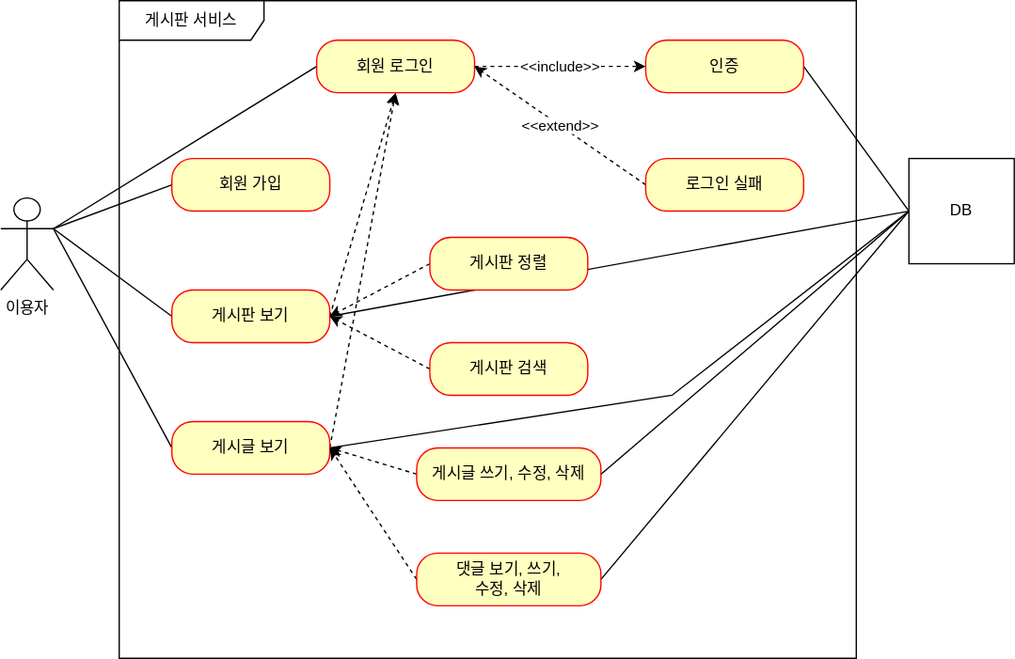
Above: document/use-case.svg in bokyoung89/fastcampus-project-board (draw.io), before the change. Source tidied: cells renumbered, new cells last; positions are measured from the earlier drawing's top-left corner, leaving out a move shared by most shapes.
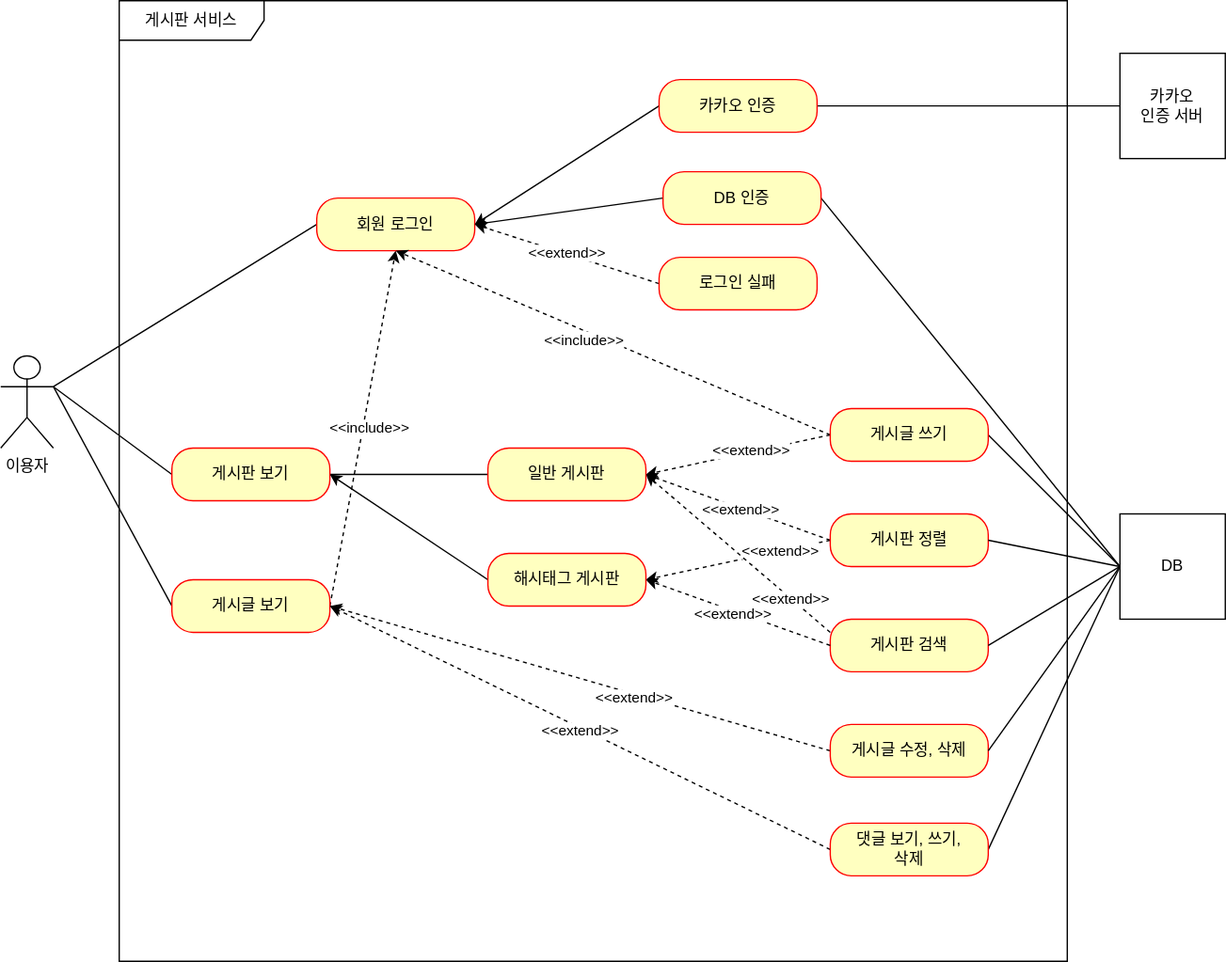
The same file after the commit.

Commit message:
#50 - use-case.svg : 카카오 인증 유즈 케이스 추가

What changed in the source:
```diff
@@ -6,24 +6,13 @@
       <mxGeometry y="150" width="40" height="70" as="geometry" />
     </mxCell>
     <mxCell id="3" value="게시판 서비스" style="shape=umlFrame;whiteSpace=wrap;html=1;width=110;height=30;" parent="1" vertex="1">
-      <mxGeometry x="90" width="560" height="500" as="geometry" />
+      <mxGeometry x="90" y="-120" width="720" height="730" as="geometry" />
     </mxCell>
-    <mxCell id="4" style="rounded=0;jettySize=auto;html=1;exitX=0;exitY=0.5;exitDx=0;exitDy=0;entryX=1;entryY=0.3333333333333333;entryDx=0;entryDy=0;entryPerimeter=0;endArrow=none;endFill=0;" parent="1" edge="1" source="5" target="2">
-      <mxGeometry relative="1" as="geometry" />
-    </mxCell>
-    <mxCell id="5" value="회원 가입" style="rounded=1;whiteSpace=wrap;html=1;arcSize=40;fontColor=#000000;fillColor=#ffffc0;strokeColor=#ff0000;" parent="1" vertex="1">
-      <mxGeometry x="130" y="120" width="120" height="40" as="geometry" />
-    </mxCell>
     <mxCell id="6" style="rounded=0;jettySize=auto;html=1;exitX=0;exitY=0.5;exitDx=0;exitDy=0;entryX=1;entryY=0.3333333333333333;entryDx=0;entryDy=0;entryPerimeter=0;endArrow=none;endFill=0;" parent="1" edge="1" source="9" target="2">
       <mxGeometry relative="1" as="geometry" />
     </mxCell>
-    <mxCell id="7" style="rounded=0;jettySize=auto;html=1;exitX=1;exitY=0.5;exitDx=0;exitDy=0;entryX=0.5;entryY=1;entryDx=0;entryDy=0;dashed=1;" parent="1" edge="1" source="9" target="16">
-      <mxGeometry relative="1" as="geometry" />
-    </mxCell>
-    <mxCell id="8" style="rounded=0;jettySize=auto;html=1;exitX=1;exitY=0.5;exitDx=0;exitDy=0;endArrow=none;endFill=0;" parent="1" edge="1" source="9">
-      <mxGeometry relative="1" as="geometry">
-        <mxPoint x="690" y="160" as="targetPoint" />
-      </mxGeometry>
+    <mxCell id="8" style="rounded=0;jettySize=auto;html=1;exitX=1;exitY=0.5;exitDx=0;exitDy=0;endArrow=none;endFill=0;entryX=0;entryY=0.5;entryDx=0;entryDy=0;" parent="1" edge="1" source="9" target="40">
+      <mxGeometry relative="1" as="geometry" />
     </mxCell>
     <mxCell id="9" value="게시판 보기" style="rounded=1;whiteSpace=wrap;html=1;arcSize=40;fontColor=#000000;fillColor=#ffffc0;strokeColor=#ff0000;" parent="1" vertex="1">
       <mxGeometry x="130" y="220" width="120" height="40" as="geometry" />
@@ -34,69 +23,142 @@
     <mxCell id="11" style="rounded=0;jettySize=auto;html=1;exitX=1;exitY=0.5;exitDx=0;exitDy=0;entryX=0.5;entryY=1;entryDx=0;entryDy=0;dashed=1;" parent="1" edge="1" source="13" target="16">
       <mxGeometry relative="1" as="geometry" />
     </mxCell>
-    <mxCell id="12" style="rounded=0;jettySize=auto;html=1;exitX=1;exitY=0.5;exitDx=0;exitDy=0;entryX=0;entryY=0.5;entryDx=0;entryDy=0;endArrow=none;endFill=0;" parent="1" edge="1" source="13" target="31">
-      <mxGeometry relative="1" as="geometry">
-        <Array as="points">
-          <mxPoint x="510" y="300" />
-        </Array>
-      </mxGeometry>
-    </mxCell>
+    <mxCell id="32" value="&amp;lt;&amp;lt;include&amp;gt;&amp;gt;" style="edgeLabel;html=1;align=center;verticalAlign=middle;" parent="11" vertex="1">
+      <mxGeometry x="0.01" y="-4" relative="1" as="geometry" />
+    </mxCell>
     <mxCell id="13" value="게시글 보기" style="rounded=1;whiteSpace=wrap;html=1;arcSize=40;fontColor=#000000;fillColor=#ffffc0;strokeColor=#ff0000;" parent="1" vertex="1">
       <mxGeometry x="130" y="320" width="120" height="40" as="geometry" />
     </mxCell>
     <mxCell id="14" style="rounded=0;jettySize=auto;html=1;exitX=0;exitY=0.5;exitDx=0;exitDy=0;entryX=1;entryY=0.3333333333333333;entryDx=0;entryDy=0;entryPerimeter=0;endArrow=none;endFill=0;" parent="1" edge="1" source="16" target="2">
       <mxGeometry relative="1" as="geometry" />
     </mxCell>
-    <mxCell id="15" value="&amp;lt;&amp;lt;include&amp;gt;&amp;gt;" style="edgeStyle=orthogonalEdgeStyle;rounded=0;jettySize=auto;html=1;exitX=1;exitY=0.5;exitDx=0;exitDy=0;entryX=0;entryY=0.5;entryDx=0;entryDy=0;dashed=1;" parent="1" edge="1" source="16" target="18">
-      <mxGeometry relative="1" as="geometry" />
-    </mxCell>
     <mxCell id="16" value="회원 로그인" style="rounded=1;whiteSpace=wrap;html=1;arcSize=40;fontColor=#000000;fillColor=#ffffc0;strokeColor=#ff0000;" parent="1" vertex="1">
       <mxGeometry x="240" y="30" width="120" height="40" as="geometry" />
     </mxCell>
     <mxCell id="17" style="rounded=0;jettySize=auto;html=1;exitX=1;exitY=0.5;exitDx=0;exitDy=0;entryX=0;entryY=0.5;entryDx=0;entryDy=0;endArrow=none;endFill=0;" parent="1" edge="1" source="18" target="31">
       <mxGeometry relative="1" as="geometry" />
     </mxCell>
+    <mxCell id="33" style="rounded=0;jettySize=auto;html=1;exitX=0;exitY=0.5;exitDx=0;exitDy=0;entryX=1;entryY=0.5;entryDx=0;entryDy=0;" parent="1" edge="1" source="18" target="16">
+      <mxGeometry relative="1" as="geometry" />
+    </mxCell>
-    <mxCell id="18" value="인증" style="rounded=1;whiteSpace=wrap;html=1;arcSize=40;fontColor=#000000;fillColor=#ffffc0;strokeColor=#ff0000;" parent="1" vertex="1">
-      <mxGeometry x="490" y="30" width="120" height="40" as="geometry" />
+    <mxCell id="18" value="DB 인증" style="rounded=1;whiteSpace=wrap;html=1;arcSize=40;fontColor=#000000;fillColor=#ffffc0;strokeColor=#ff0000;" parent="1" vertex="1">
+      <mxGeometry x="503" y="10" width="120" height="40" as="geometry" />
     </mxCell>
     <mxCell id="19" value="&amp;lt;&amp;lt;extend&amp;gt;&amp;gt;" style="rounded=0;jettySize=auto;html=1;exitX=0;exitY=0.5;exitDx=0;exitDy=0;entryX=1;entryY=0.5;entryDx=0;entryDy=0;dashed=1;" parent="1" edge="1" source="20" target="16">
       <mxGeometry relative="1" as="geometry" />
     </mxCell>
     <mxCell id="20" value="로그인 실패" style="rounded=1;whiteSpace=wrap;html=1;arcSize=40;fontColor=#000000;fillColor=#ffffc0;strokeColor=#ff0000;" parent="1" vertex="1">
-      <mxGeometry x="490" y="120" width="120" height="40" as="geometry" />
+      <mxGeometry x="500" y="75" width="120" height="40" as="geometry" />
     </mxCell>
-    <mxCell id="21" style="rounded=0;jettySize=auto;html=1;exitX=0;exitY=0.5;exitDx=0;exitDy=0;entryX=1;entryY=0.5;entryDx=0;entryDy=0;dashed=1;" parent="1" edge="1" source="22" target="9">
+    <mxCell id="21" style="rounded=0;jettySize=auto;html=1;exitX=0;exitY=0.5;exitDx=0;exitDy=0;entryX=1;entryY=0.5;entryDx=0;entryDy=0;dashed=1;" parent="1" edge="1" source="22" target="40">
       <mxGeometry relative="1" as="geometry" />
     </mxCell>
+    <mxCell id="34" value="&amp;lt;&amp;lt;extend&amp;gt;&amp;gt;" style="edgeLabel;html=1;align=center;verticalAlign=middle;" parent="21" vertex="1">
+      <mxGeometry x="-0.02" y="1" relative="1" as="geometry" />
+    </mxCell>
+    <mxCell id="35" style="rounded=0;jettySize=auto;html=1;exitX=0;exitY=0.5;exitDx=0;exitDy=0;entryX=1;entryY=0.5;entryDx=0;entryDy=0;dashed=1;" parent="1" edge="1" source="22" target="52">
+      <mxGeometry relative="1" as="geometry" />
+    </mxCell>
+    <mxCell id="36" value="&amp;lt;&amp;lt;extend&amp;gt;&amp;gt;" style="edgeLabel;html=1;align=center;verticalAlign=middle;" parent="35" vertex="1">
+      <mxGeometry x="-0.61" relative="1" as="geometry">
+        <mxPoint x="-12" y="2" as="offset" />
+      </mxGeometry>
+    </mxCell>
     <mxCell id="22" value="게시판 정렬" style="rounded=1;whiteSpace=wrap;html=1;arcSize=40;fontColor=#000000;fillColor=#ffffc0;strokeColor=#ff0000;" parent="1" vertex="1">
-      <mxGeometry x="326" y="180" width="120" height="40" as="geometry" />
+      <mxGeometry x="630" y="270" width="120" height="40" as="geometry" />
     </mxCell>
-    <mxCell id="23" style="rounded=0;jettySize=auto;html=1;exitX=0;exitY=0.5;exitDx=0;exitDy=0;dashed=1;entryX=1;entryY=0.5;entryDx=0;entryDy=0;" parent="1" edge="1" source="24" target="9">
+    <mxCell id="23" style="rounded=0;jettySize=auto;html=1;exitX=0;exitY=0.5;exitDx=0;exitDy=0;entryX=1;entryY=0.5;entryDx=0;entryDy=0;" parent="1" edge="1" source="52" target="9">
       <mxGeometry relative="1" as="geometry" />
     </mxCell>
+    <mxCell id="37" style="rounded=0;jettySize=auto;html=1;exitX=0;exitY=0.25;exitDx=0;exitDy=0;entryX=1;entryY=0.5;entryDx=0;entryDy=0;dashed=1;" parent="1" edge="1" source="24" target="40">
+      <mxGeometry relative="1" as="geometry" />
+    </mxCell>
+    <mxCell id="38" value="&amp;lt;&amp;lt;extend&amp;gt;&amp;gt;" style="edgeLabel;html=1;align=center;verticalAlign=middle;" parent="37" vertex="1">
+      <mxGeometry x="-0.42" y="1" relative="1" as="geometry">
+        <mxPoint x="11" y="9" as="offset" />
+      </mxGeometry>
+    </mxCell>
     <mxCell id="24" value="게시판 검색" style="rounded=1;whiteSpace=wrap;html=1;arcSize=40;fontColor=#000000;fillColor=#ffffc0;strokeColor=#ff0000;" parent="1" vertex="1">
-      <mxGeometry x="326" y="260" width="120" height="40" as="geometry" />
+      <mxGeometry x="630" y="350" width="120" height="40" as="geometry" />
     </mxCell>
     <mxCell id="25" style="rounded=0;jettySize=auto;html=1;exitX=0;exitY=0.5;exitDx=0;exitDy=0;entryX=1;entryY=0.5;entryDx=0;entryDy=0;dashed=1;" parent="1" edge="1" source="27" target="13">
       <mxGeometry relative="1" as="geometry" />
     </mxCell>
+    <mxCell id="39" value="&amp;lt;&amp;lt;extend&amp;gt;&amp;gt;" style="edgeLabel;html=1;align=center;verticalAlign=middle;" parent="25" vertex="1">
+      <mxGeometry y="2" relative="1" as="geometry" />
+    </mxCell>
     <mxCell id="26" style="rounded=0;jettySize=auto;html=1;exitX=1;exitY=0.5;exitDx=0;exitDy=0;entryX=0;entryY=0.5;entryDx=0;entryDy=0;endArrow=none;endFill=0;" parent="1" edge="1" source="27" target="31">
       <mxGeometry relative="1" as="geometry" />
     </mxCell>
-    <mxCell id="27" value="게시글 쓰기, 수정, 삭제" style="rounded=1;whiteSpace=wrap;html=1;arcSize=40;fontColor=#000000;fillColor=#ffffc0;strokeColor=#ff0000;" parent="1" vertex="1">
-      <mxGeometry x="316" y="340" width="140" height="40" as="geometry" />
+    <mxCell id="27" value="댓글 보기, 쓰기, &lt;br&gt;삭제" style="rounded=1;whiteSpace=wrap;html=1;arcSize=40;fontColor=#000000;fillColor=#ffffc0;strokeColor=#ff0000;" parent="1" vertex="1">
+      <mxGeometry x="630" y="505" width="120" height="40" as="geometry" />
     </mxCell>
-    <mxCell id="28" style="rounded=0;jettySize=auto;html=1;exitX=0;exitY=0.5;exitDx=0;exitDy=0;dashed=1;entryX=1;entryY=0.5;entryDx=0;entryDy=0;" parent="1" edge="1" source="30" target="13">
-      <mxGeometry relative="1" as="geometry" />
-    </mxCell>
-    <mxCell id="29" style="rounded=0;jettySize=auto;html=1;exitX=1;exitY=0.5;exitDx=0;exitDy=0;entryX=0;entryY=0.5;entryDx=0;entryDy=0;endArrow=none;endFill=0;" parent="1" edge="1" source="30" target="31">
-      <mxGeometry relative="1" as="geometry" />
-    </mxCell>
-    <mxCell id="30" value="댓글 보기, 쓰기, &lt;br&gt;수정, 삭제" style="rounded=1;whiteSpace=wrap;html=1;arcSize=40;fontColor=#000000;fillColor=#ffffc0;strokeColor=#ff0000;" parent="1" vertex="1">
-      <mxGeometry x="316" y="420" width="140" height="40" as="geometry" />
-    </mxCell>
     <mxCell id="31" value="DB" style="html=1;whiteSpace=wrap;" parent="1" vertex="1">
-      <mxGeometry x="690" y="120" width="80" height="80" as="geometry" />
+      <mxGeometry x="850" y="270" width="80" height="80" as="geometry" />
     </mxCell>
+    <mxCell id="40" value="일반 게시판" style="rounded=1;whiteSpace=wrap;html=1;arcSize=40;fontColor=#000000;fillColor=#ffffc0;strokeColor=#ff0000;" parent="1" vertex="1">
+      <mxGeometry x="370" y="220" width="120" height="40" as="geometry" />
+    </mxCell>
+    <mxCell id="41" style="rounded=0;jettySize=auto;html=1;exitX=0;exitY=0.5;exitDx=0;exitDy=0;entryX=1;entryY=0.5;entryDx=0;entryDy=0;dashed=1;" parent="1" edge="1" source="46" target="40">
+      <mxGeometry relative="1" as="geometry" />
+    </mxCell>
+    <mxCell id="42" value="&amp;lt;&amp;lt;extend&amp;gt;&amp;gt;" style="edgeLabel;html=1;align=center;verticalAlign=middle;" parent="41" vertex="1">
+      <mxGeometry x="-0.23" y="2" relative="1" as="geometry">
+        <mxPoint x="-7" y="-2" as="offset" />
+      </mxGeometry>
+    </mxCell>
+    <mxCell id="43" style="rounded=0;jettySize=auto;html=1;exitX=0;exitY=0.5;exitDx=0;exitDy=0;entryX=0.5;entryY=1;entryDx=0;entryDy=0;dashed=1;" parent="1" edge="1" source="46" target="16">
+      <mxGeometry relative="1" as="geometry" />
+    </mxCell>
+    <mxCell id="44" value="&amp;lt;&amp;lt;include&amp;gt;&amp;gt;" style="edgeLabel;html=1;align=center;verticalAlign=middle;" parent="43" vertex="1">
+      <mxGeometry x="-0.02" y="4" relative="1" as="geometry">
+        <mxPoint x="-25" y="-8" as="offset" />
+      </mxGeometry>
+    </mxCell>
+    <mxCell id="45" style="rounded=0;jettySize=auto;html=1;exitX=1;exitY=0.5;exitDx=0;exitDy=0;entryX=0;entryY=0.5;entryDx=0;entryDy=0;endArrow=none;endFill=0;" parent="1" edge="1" source="46" target="31">
+      <mxGeometry relative="1" as="geometry" />
+    </mxCell>
+    <mxCell id="46" value="게시글 쓰기" style="rounded=1;whiteSpace=wrap;html=1;arcSize=40;fontColor=#000000;fillColor=#ffffc0;strokeColor=#ff0000;" parent="1" vertex="1">
+      <mxGeometry x="630" y="190" width="120" height="40" as="geometry" />
+    </mxCell>
+    <mxCell id="47" style="rounded=0;jettySize=auto;html=1;exitX=0;exitY=0.5;exitDx=0;exitDy=0;entryX=1;entryY=0.5;entryDx=0;entryDy=0;dashed=1;" parent="1" edge="1" source="49" target="13">
+      <mxGeometry relative="1" as="geometry" />
+    </mxCell>
+    <mxCell id="48" value="&amp;lt;&amp;lt;extend&amp;gt;&amp;gt;" style="edgeLabel;html=1;align=center;verticalAlign=middle;" parent="47" vertex="1">
+      <mxGeometry x="-0.22" y="3" relative="1" as="geometry" />
+    </mxCell>
+    <mxCell id="49" value="게시글 수정, 삭제" style="rounded=1;whiteSpace=wrap;html=1;arcSize=40;fontColor=#000000;fillColor=#ffffc0;strokeColor=#ff0000;" parent="1" vertex="1">
+      <mxGeometry x="630" y="430" width="120" height="40" as="geometry" />
+    </mxCell>
+    <mxCell id="50" style="rounded=0;jettySize=auto;html=1;exitX=0;exitY=0.5;exitDx=0;exitDy=0;dashed=1;entryX=1;entryY=0.5;entryDx=0;entryDy=0;" parent="1" edge="1" source="24" target="52">
+      <mxGeometry relative="1" as="geometry" />
+    </mxCell>
+    <mxCell id="51" value="&amp;lt;&amp;lt;extend&amp;gt;&amp;gt;" style="edgeLabel;html=1;align=center;verticalAlign=middle;" parent="50" vertex="1">
+      <mxGeometry x="0.05" y="2" relative="1" as="geometry" />
+    </mxCell>
+    <mxCell id="52" value="해시태그 게시판" style="rounded=1;whiteSpace=wrap;html=1;arcSize=40;fontColor=#000000;fillColor=#ffffc0;strokeColor=#ff0000;" parent="1" vertex="1">
+      <mxGeometry x="370" y="300" width="120" height="40" as="geometry" />
+    </mxCell>
+    <mxCell id="53" style="rounded=0;jettySize=auto;html=1;exitX=0;exitY=0.5;exitDx=0;exitDy=0;entryX=1;entryY=0.5;entryDx=0;entryDy=0;" parent="1" edge="1" source="55" target="16">
+      <mxGeometry relative="1" as="geometry" />
+    </mxCell>
+    <mxCell id="54" style="edgeStyle=orthogonalEdgeStyle;rounded=0;jettySize=auto;html=1;exitX=1;exitY=0.5;exitDx=0;exitDy=0;entryX=0;entryY=0.5;entryDx=0;entryDy=0;endArrow=none;endFill=0;" parent="1" edge="1" source="55" target="59">
+      <mxGeometry relative="1" as="geometry" />
+    </mxCell>
+    <mxCell id="55" value="카카오 인증" style="rounded=1;whiteSpace=wrap;html=1;arcSize=40;fontColor=#000000;fillColor=#ffffc0;strokeColor=#ff0000;" parent="1" vertex="1">
+      <mxGeometry x="500" y="-60" width="120" height="40" as="geometry" />
+    </mxCell>
+    <mxCell id="56" style="rounded=0;jettySize=auto;html=1;exitX=1;exitY=0.5;exitDx=0;exitDy=0;entryX=0;entryY=0.5;entryDx=0;entryDy=0;endArrow=none;endFill=0;" parent="1" edge="1" source="22" target="31">
+      <mxGeometry relative="1" as="geometry" />
+    </mxCell>
+    <mxCell id="57" style="rounded=0;jettySize=auto;html=1;exitX=1;exitY=0.5;exitDx=0;exitDy=0;entryX=0;entryY=0.5;entryDx=0;entryDy=0;endArrow=none;endFill=0;" parent="1" edge="1" source="24" target="31">
+      <mxGeometry relative="1" as="geometry" />
+    </mxCell>
+    <mxCell id="58" style="rounded=0;jettySize=auto;html=1;exitX=1;exitY=0.5;exitDx=0;exitDy=0;entryX=0;entryY=0.5;entryDx=0;entryDy=0;endArrow=none;endFill=0;" parent="1" edge="1" source="49" target="31">
+      <mxGeometry relative="1" as="geometry" />
+    </mxCell>
+    <mxCell id="59" value="카카오&lt;br&gt;인증 서버" style="html=1;whiteSpace=wrap;" parent="1" vertex="1">
+      <mxGeometry x="850" y="-80" width="80" height="80" as="geometry" />
+    </mxCell>
   </root>
 </mxGraphModel>
```
